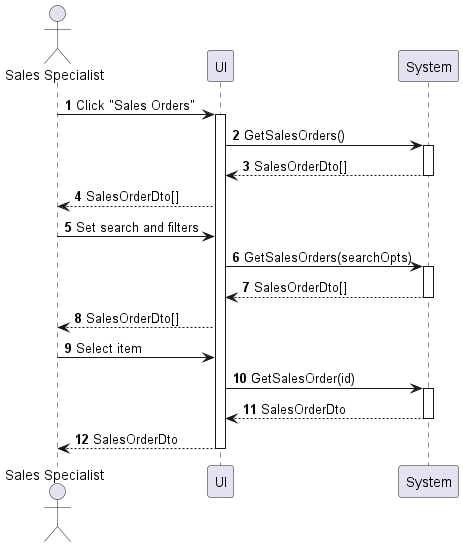
The PlantUML diagram sequences/sales-order-view.png in phihungha/scmss-reqs, before a commit.
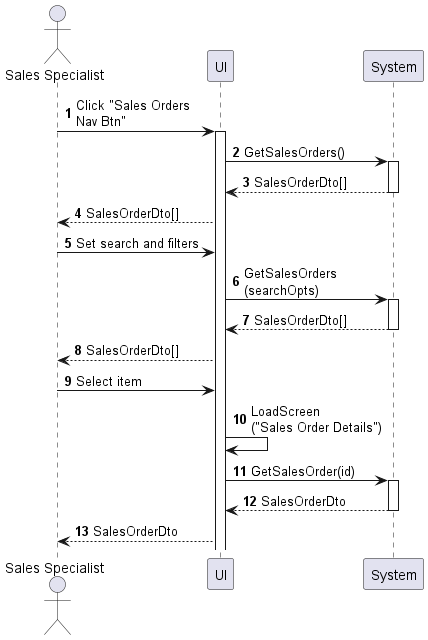
Above is the later version.

Change to the diagram source:
```diff
@@ -5,20 +5,21 @@
 participant UI as f
 participant System as b
 
-a -> f : Click "Sales Orders"
+a -> f : Click "Sales Orders\nNav Btn"
 activate f
 f -> b : GetSalesOrders()
 activate b
 return SalesOrderDto[]
 f --> a : SalesOrderDto[]
 a -> f : Set search and filters
-f -> b : GetSalesOrders(searchOpts)
+f -> b : GetSalesOrders\n(searchOpts)
 activate b
 return SalesOrderDto[]
 f --> a : SalesOrderDto[]
 a -> f : Select item
+f -> f : LoadScreen\n("Sales Order Details")
 f -> b : GetSalesOrder(id)
 activate b
 return SalesOrderDto
-return SalesOrderDto
+f --> a : SalesOrderDto
 @enduml
```
